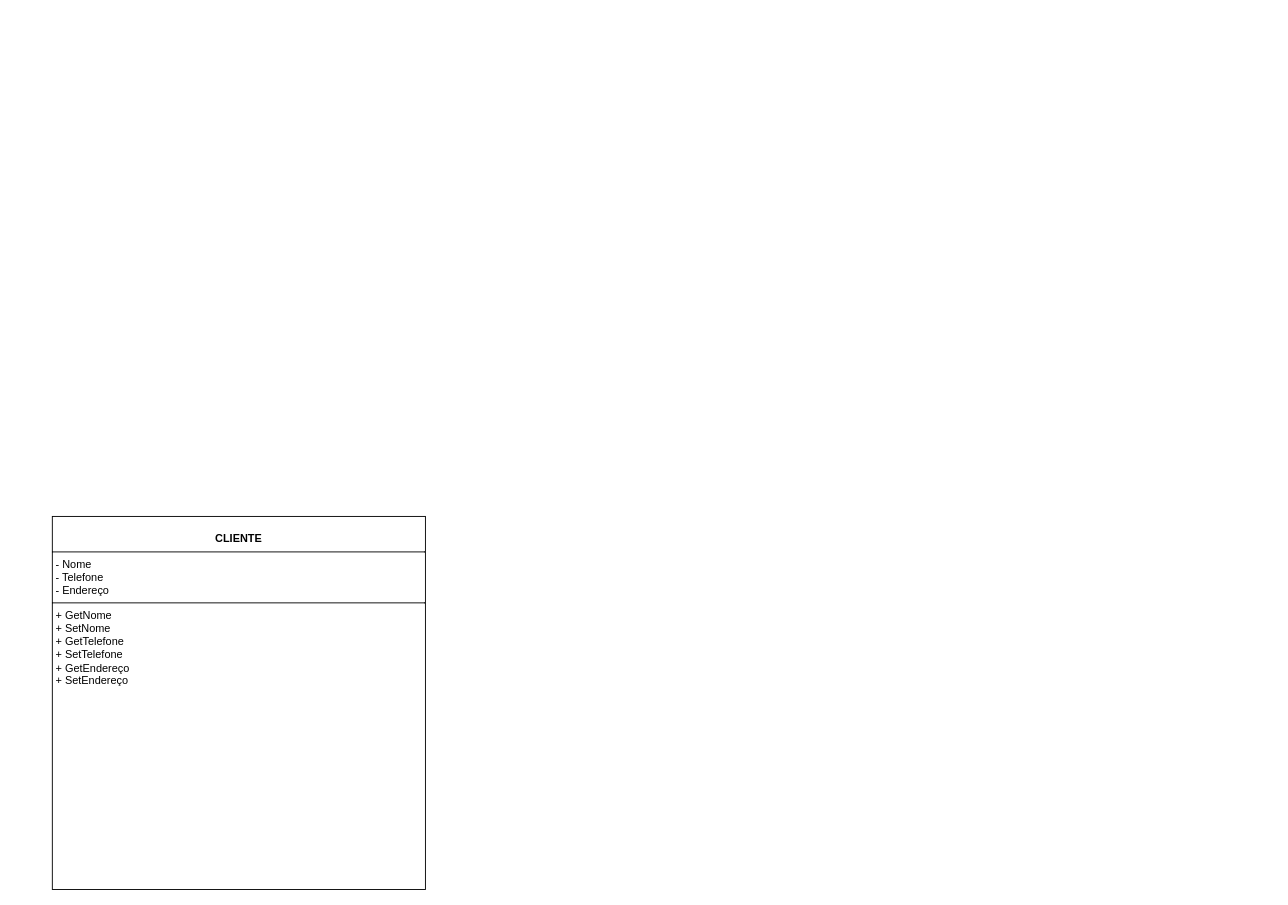
Earlier version of the draw.io diagram page "Página-1" (1 of 2) of DOC/classes.drawio (juliareis14/avatar.app). Source tidied: cells renumbered, new cells numbered last; positions are measured from the earlier drawing's top-left corner, leaving out a move shared by most shapes. Both pictures are drawn from the tidied source at 91%, with x=0, y=0 at pixel (52, 516).
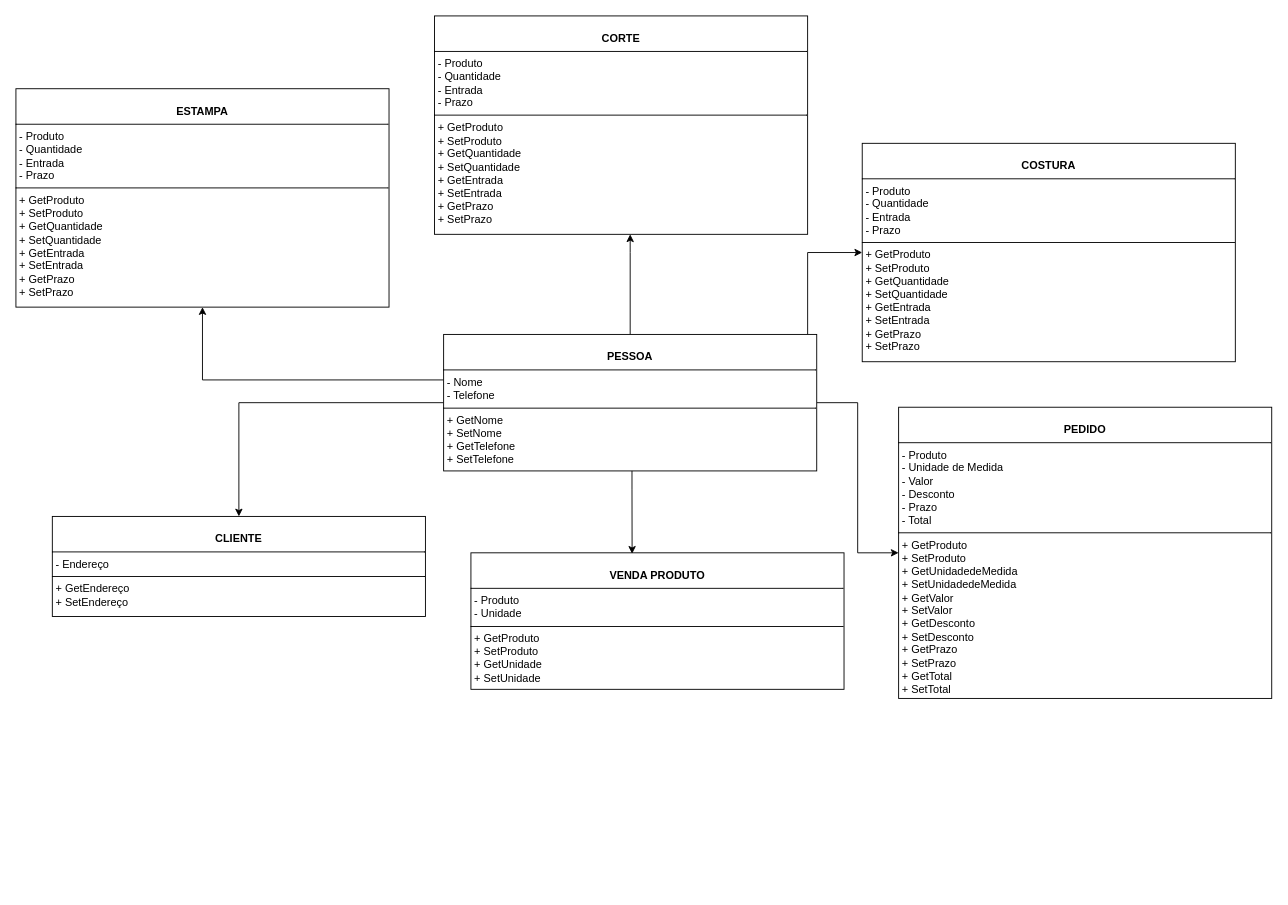
After the change.

What changed in the source:
```diff
@@
-    <mxCell id="2" value="&lt;p style=&quot;margin:0px;margin-top:4px;text-align:center;&quot;&gt;&lt;br&gt;&lt;b&gt;CLIENTE&lt;/b&gt;&lt;/p&gt;&lt;hr size=&quot;1&quot; style=&quot;border-style:solid;&quot;&gt;&lt;p style=&quot;margin:0px;margin-left:4px;&quot;&gt;- Nome&lt;br&gt;- Telefone&lt;/p&gt;&lt;p style=&quot;margin:0px;margin-left:4px;&quot;&gt;- Endereço&lt;/p&gt;&lt;hr size=&quot;1&quot; style=&quot;border-style:solid;&quot;&gt;&lt;p style=&quot;margin:0px;margin-left:4px;&quot;&gt;+ GetNome&lt;br&gt;+ SetNome&lt;/p&gt;&lt;p style=&quot;margin:0px;margin-left:4px;&quot;&gt;+ GetTelefone&lt;/p&gt;&lt;p style=&quot;margin:0px;margin-left:4px;&quot;&gt;+ SetTelefone&lt;/p&gt;&lt;p style=&quot;margin:0px;margin-left:4px;&quot;&gt;+ GetEndereço&lt;/p&gt;&lt;p style=&quot;margin:0px;margin-left:4px;&quot;&gt;+ SetEndereço&lt;/p&gt;&lt;p style=&quot;margin:0px;margin-left:4px;&quot;&gt;&lt;br&gt;&lt;/p&gt;&lt;p style=&quot;margin:0px;margin-left:4px;&quot;&gt;&lt;br&gt;&lt;/p&gt;" style="verticalAlign=top;align=left;overflow=fill;html=1;whiteSpace=wrap;" parent="1" vertex="1">
-      <mxGeometry width="410" height="410" as="geometry" />
+    <mxCell id="2" value="&lt;p style=&quot;margin:0px;margin-top:4px;text-align:center;&quot;&gt;&lt;br&gt;&lt;b&gt;CLIENTE&lt;/b&gt;&lt;/p&gt;&lt;hr size=&quot;1&quot; style=&quot;border-style:solid;&quot;&gt;&lt;p style=&quot;margin:0px;margin-left:4px;&quot;&gt;&lt;span style=&quot;background-color: initial;&quot;&gt;- Endereço&lt;/span&gt;&lt;br&gt;&lt;/p&gt;&lt;hr size=&quot;1&quot; style=&quot;border-style:solid;&quot;&gt;&lt;p style=&quot;margin:0px;margin-left:4px;&quot;&gt;&lt;span style=&quot;background-color: initial;&quot;&gt;+ GetEndereço&lt;/span&gt;&lt;br&gt;&lt;/p&gt;&lt;p style=&quot;margin:0px;margin-left:4px;&quot;&gt;+ SetEndereço&lt;/p&gt;&lt;p style=&quot;margin:0px;margin-left:4px;&quot;&gt;&lt;br&gt;&lt;/p&gt;&lt;p style=&quot;margin:0px;margin-left:4px;&quot;&gt;&lt;br&gt;&lt;/p&gt;" style="verticalAlign=top;align=left;overflow=fill;html=1;whiteSpace=wrap;" parent="1" vertex="1">
+      <mxGeometry width="410" height="110" as="geometry" />
     </mxCell>
+    <mxCell id="3" style="edgeStyle=orthogonalEdgeStyle;rounded=0;jettySize=auto;html=1;exitX=0;exitY=0.5;exitDx=0;exitDy=0;" parent="1" edge="1" source="8" target="2">
+      <mxGeometry relative="1" as="geometry" />
+    </mxCell>
+    <mxCell id="4" style="edgeStyle=orthogonalEdgeStyle;rounded=0;jettySize=auto;html=1;" parent="1" edge="1" source="8" target="9">
+      <mxGeometry relative="1" as="geometry" />
+    </mxCell>
+    <mxCell id="5" style="edgeStyle=orthogonalEdgeStyle;rounded=0;jettySize=auto;html=1;entryX=0;entryY=0.5;entryDx=0;entryDy=0;" parent="1" edge="1" source="8" target="11">
+      <mxGeometry relative="1" as="geometry">
+        <Array as="points">
+          <mxPoint x="830" y="-290" />
+        </Array>
+      </mxGeometry>
+    </mxCell>
+    <mxCell id="6" style="edgeStyle=orthogonalEdgeStyle;rounded=0;jettySize=auto;html=1;" parent="1" edge="1" source="8" target="12">
+      <mxGeometry relative="1" as="geometry">
+        <Array as="points">
+          <mxPoint x="635" y="-290" />
+          <mxPoint x="635" y="-290" />
+        </Array>
+      </mxGeometry>
+    </mxCell>
+    <mxCell id="7" style="edgeStyle=orthogonalEdgeStyle;rounded=0;jettySize=auto;html=1;entryX=0.5;entryY=1;entryDx=0;entryDy=0;" parent="1" edge="1" source="8" target="13">
+      <mxGeometry relative="1" as="geometry">
+        <Array as="points">
+          <mxPoint x="165" y="-150" />
+        </Array>
+      </mxGeometry>
+    </mxCell>
+    <mxCell id="8" value="&lt;p style=&quot;margin:0px;margin-top:4px;text-align:center;&quot;&gt;&lt;br&gt;&lt;b&gt;PESSOA&lt;/b&gt;&lt;/p&gt;&lt;hr size=&quot;1&quot; style=&quot;border-style:solid;&quot;&gt;&lt;p style=&quot;margin:0px;margin-left:4px;&quot;&gt;- Nome&lt;br&gt;- Telefone&lt;/p&gt;&lt;hr size=&quot;1&quot; style=&quot;border-style:solid;&quot;&gt;&lt;p style=&quot;margin:0px;margin-left:4px;&quot;&gt;+ GetNome&lt;br&gt;+ SetNome&lt;/p&gt;&lt;p style=&quot;margin:0px;margin-left:4px;&quot;&gt;+ GetTelefone&lt;/p&gt;&lt;p style=&quot;margin:0px;margin-left:4px;&quot;&gt;+ SetTelefone&lt;/p&gt;&lt;p style=&quot;margin:0px;margin-left:4px;&quot;&gt;&lt;br&gt;&lt;/p&gt;&lt;p style=&quot;margin:0px;margin-left:4px;&quot;&gt;&lt;br&gt;&lt;/p&gt;" style="verticalAlign=top;align=left;overflow=fill;html=1;whiteSpace=wrap;" parent="1" vertex="1">
+      <mxGeometry x="430" y="-200" width="410" height="150" as="geometry" />
+    </mxCell>
+    <mxCell id="9" value="&lt;p style=&quot;margin:0px;margin-top:4px;text-align:center;&quot;&gt;&lt;br&gt;&lt;b&gt;PEDIDO&lt;/b&gt;&lt;/p&gt;&lt;hr size=&quot;1&quot; style=&quot;border-style:solid;&quot;&gt;&lt;p style=&quot;margin:0px;margin-left:4px;&quot;&gt;- Produto&lt;/p&gt;&lt;p style=&quot;margin:0px;margin-left:4px;&quot;&gt;- Unidade de Medida&lt;/p&gt;&lt;p style=&quot;margin:0px;margin-left:4px;&quot;&gt;- Valor&lt;/p&gt;&lt;p style=&quot;margin:0px;margin-left:4px;&quot;&gt;- Desconto&lt;/p&gt;&lt;p style=&quot;margin:0px;margin-left:4px;&quot;&gt;- Prazo&lt;/p&gt;&lt;p style=&quot;margin:0px;margin-left:4px;&quot;&gt;- Total&lt;/p&gt;&lt;hr size=&quot;1&quot; style=&quot;border-style:solid;&quot;&gt;&lt;p style=&quot;margin:0px;margin-left:4px;&quot;&gt;&lt;span style=&quot;background-color: initial;&quot;&gt;+ GetProduto&lt;/span&gt;&lt;br&gt;&lt;/p&gt;&lt;p style=&quot;margin:0px;margin-left:4px;&quot;&gt;+ SetProduto&lt;/p&gt;&lt;p style=&quot;margin:0px;margin-left:4px;&quot;&gt;+ GetUnidadedeMedida&lt;/p&gt;&lt;p style=&quot;margin:0px;margin-left:4px;&quot;&gt;+ SetUnidadedeMedida&lt;/p&gt;&lt;p style=&quot;margin:0px;margin-left:4px;&quot;&gt;&lt;span style=&quot;background-color: initial;&quot;&gt;+ GetValor&lt;/span&gt;&lt;/p&gt;&lt;p style=&quot;margin:0px;margin-left:4px;&quot;&gt;&lt;span style=&quot;background-color: initial;&quot;&gt;+ SetValor&lt;/span&gt;&lt;/p&gt;&lt;p style=&quot;margin:0px;margin-left:4px;&quot;&gt;&lt;span style=&quot;background-color: initial;&quot;&gt;+ GetDesconto&lt;/span&gt;&lt;/p&gt;&lt;p style=&quot;margin:0px;margin-left:4px;&quot;&gt;&lt;span style=&quot;background-color: initial;&quot;&gt;+ SetDesconto&lt;/span&gt;&lt;/p&gt;&lt;p style=&quot;margin:0px;margin-left:4px;&quot;&gt;&lt;span style=&quot;background-color: initial;&quot;&gt;+ GetPrazo&lt;/span&gt;&lt;/p&gt;&lt;p style=&quot;margin:0px;margin-left:4px;&quot;&gt;&lt;span style=&quot;background-color: initial;&quot;&gt;+ SetPrazo&lt;/span&gt;&lt;br&gt;&lt;/p&gt;&lt;p style=&quot;margin:0px;margin-left:4px;&quot;&gt;&lt;span style=&quot;background-color: initial;&quot;&gt;+ GetTotal&lt;/span&gt;&lt;/p&gt;&lt;p style=&quot;margin:0px;margin-left:4px;&quot;&gt;&lt;span style=&quot;background-color: initial;&quot;&gt;+ SetTotal&lt;/span&gt;&lt;/p&gt;" style="verticalAlign=top;align=left;overflow=fill;html=1;whiteSpace=wrap;" parent="1" vertex="1">
+      <mxGeometry x="930" y="-120" width="410" height="320" as="geometry" />
+    </mxCell>
+    <mxCell id="10" value="&lt;p style=&quot;margin:0px;margin-top:4px;text-align:center;&quot;&gt;&lt;br&gt;&lt;b&gt;VENDA PRODUTO&lt;/b&gt;&lt;/p&gt;&lt;hr size=&quot;1&quot; style=&quot;border-style:solid;&quot;&gt;&lt;p style=&quot;margin:0px;margin-left:4px;&quot;&gt;- Produto&lt;br&gt;- Unidade&lt;/p&gt;&lt;hr size=&quot;1&quot; style=&quot;border-style:solid;&quot;&gt;&lt;p style=&quot;margin:0px;margin-left:4px;&quot;&gt;+ GetProduto&lt;br&gt;+ SetProduto&lt;/p&gt;&lt;p style=&quot;margin:0px;margin-left:4px;&quot;&gt;+ GetUnidade&lt;/p&gt;&lt;p style=&quot;margin:0px;margin-left:4px;&quot;&gt;+ SetUnidade&lt;/p&gt;&lt;p style=&quot;margin:0px;margin-left:4px;&quot;&gt;&lt;br&gt;&lt;/p&gt;&lt;p style=&quot;margin:0px;margin-left:4px;&quot;&gt;&lt;br&gt;&lt;/p&gt;" style="verticalAlign=top;align=left;overflow=fill;html=1;whiteSpace=wrap;" parent="1" vertex="1">
+      <mxGeometry x="460" y="40" width="410" height="150" as="geometry" />
+    </mxCell>
+    <mxCell id="11" value="&lt;p style=&quot;margin:0px;margin-top:4px;text-align:center;&quot;&gt;&lt;br&gt;&lt;b&gt;COSTURA&lt;/b&gt;&lt;/p&gt;&lt;hr size=&quot;1&quot; style=&quot;border-style:solid;&quot;&gt;&lt;p style=&quot;margin:0px;margin-left:4px;&quot;&gt;- Produto&lt;/p&gt;&lt;p style=&quot;margin:0px;margin-left:4px;&quot;&gt;- Quantidade&lt;/p&gt;&lt;p style=&quot;margin:0px;margin-left:4px;&quot;&gt;- Entrada&lt;/p&gt;&lt;p style=&quot;margin:0px;margin-left:4px;&quot;&gt;- Prazo&lt;/p&gt;&lt;hr size=&quot;1&quot; style=&quot;border-style:solid;&quot;&gt;&lt;p style=&quot;margin:0px;margin-left:4px;&quot;&gt;&lt;span style=&quot;background-color: initial;&quot;&gt;+ GetProduto&lt;/span&gt;&lt;br&gt;&lt;/p&gt;&lt;p style=&quot;margin:0px;margin-left:4px;&quot;&gt;+ SetProduto&lt;/p&gt;&lt;p style=&quot;margin:0px;margin-left:4px;&quot;&gt;+ Get&lt;span style=&quot;background-color: initial;&quot;&gt;Quantidade&lt;/span&gt;&lt;/p&gt;&lt;p style=&quot;margin:0px;margin-left:4px;&quot;&gt;+ Set&lt;span style=&quot;background-color: initial;&quot;&gt;Quantidade&lt;/span&gt;&lt;/p&gt;&lt;p style=&quot;margin:0px;margin-left:4px;&quot;&gt;&lt;span style=&quot;background-color: initial;&quot;&gt;+ Get&lt;/span&gt;&lt;span style=&quot;background-color: initial;&quot;&gt;Entrada&lt;/span&gt;&lt;/p&gt;&lt;p style=&quot;margin:0px;margin-left:4px;&quot;&gt;&lt;span style=&quot;background-color: initial;&quot;&gt;+ Set&lt;/span&gt;&lt;span style=&quot;background-color: initial;&quot;&gt;Entrada&lt;/span&gt;&lt;/p&gt;&lt;p style=&quot;margin:0px;margin-left:4px;&quot;&gt;&lt;span style=&quot;background-color: initial;&quot;&gt;+ Get&lt;/span&gt;&lt;span style=&quot;background-color: initial;&quot;&gt;Prazo&lt;/span&gt;&lt;/p&gt;&lt;p style=&quot;margin:0px;margin-left:4px;&quot;&gt;&lt;span style=&quot;background-color: initial;&quot;&gt;+ Set&lt;/span&gt;&lt;span style=&quot;background-color: initial;&quot;&gt;Prazo&lt;/span&gt;&lt;/p&gt;" style="verticalAlign=top;align=left;overflow=fill;html=1;whiteSpace=wrap;" parent="1" vertex="1">
+      <mxGeometry x="890" y="-410" width="410" height="240" as="geometry" />
+    </mxCell>
+    <mxCell id="12" value="&lt;p style=&quot;margin:0px;margin-top:4px;text-align:center;&quot;&gt;&lt;br&gt;&lt;b&gt;CORTE&lt;/b&gt;&lt;/p&gt;&lt;hr size=&quot;1&quot; style=&quot;border-style:solid;&quot;&gt;&lt;p style=&quot;margin:0px;margin-left:4px;&quot;&gt;- Produto&lt;/p&gt;&lt;p style=&quot;margin:0px;margin-left:4px;&quot;&gt;- Quantidade&lt;/p&gt;&lt;p style=&quot;margin:0px;margin-left:4px;&quot;&gt;- Entrada&lt;/p&gt;&lt;p style=&quot;margin:0px;margin-left:4px;&quot;&gt;- Prazo&lt;/p&gt;&lt;hr size=&quot;1&quot; style=&quot;border-style:solid;&quot;&gt;&lt;p style=&quot;margin:0px;margin-left:4px;&quot;&gt;&lt;span style=&quot;background-color: initial;&quot;&gt;+ GetProduto&lt;/span&gt;&lt;br&gt;&lt;/p&gt;&lt;p style=&quot;margin:0px;margin-left:4px;&quot;&gt;+ SetProduto&lt;/p&gt;&lt;p style=&quot;margin:0px;margin-left:4px;&quot;&gt;+ Get&lt;span style=&quot;background-color: initial;&quot;&gt;Quantidade&lt;/span&gt;&lt;/p&gt;&lt;p style=&quot;margin:0px;margin-left:4px;&quot;&gt;+ Set&lt;span style=&quot;background-color: initial;&quot;&gt;Quantidade&lt;/span&gt;&lt;/p&gt;&lt;p style=&quot;margin:0px;margin-left:4px;&quot;&gt;&lt;span style=&quot;background-color: initial;&quot;&gt;+ Get&lt;/span&gt;&lt;span style=&quot;background-color: initial;&quot;&gt;Entrada&lt;/span&gt;&lt;/p&gt;&lt;p style=&quot;margin:0px;margin-left:4px;&quot;&gt;&lt;span style=&quot;background-color: initial;&quot;&gt;+ Set&lt;/span&gt;&lt;span style=&quot;background-color: initial;&quot;&gt;Entrada&lt;/span&gt;&lt;/p&gt;&lt;p style=&quot;margin:0px;margin-left:4px;&quot;&gt;&lt;span style=&quot;background-color: initial;&quot;&gt;+ Get&lt;/span&gt;&lt;span style=&quot;background-color: initial;&quot;&gt;Prazo&lt;/span&gt;&lt;/p&gt;&lt;p style=&quot;margin:0px;margin-left:4px;&quot;&gt;&lt;span style=&quot;background-color: initial;&quot;&gt;+ Set&lt;/span&gt;&lt;span style=&quot;background-color: initial;&quot;&gt;Prazo&lt;/span&gt;&lt;/p&gt;" style="verticalAlign=top;align=left;overflow=fill;html=1;whiteSpace=wrap;" parent="1" vertex="1">
+      <mxGeometry x="420" y="-550" width="410" height="240" as="geometry" />
+    </mxCell>
+    <mxCell id="13" value="&lt;p style=&quot;margin:0px;margin-top:4px;text-align:center;&quot;&gt;&lt;br&gt;&lt;b&gt;ESTAMPA&lt;/b&gt;&lt;/p&gt;&lt;hr size=&quot;1&quot; style=&quot;border-style:solid;&quot;&gt;&lt;p style=&quot;margin:0px;margin-left:4px;&quot;&gt;- Produto&lt;/p&gt;&lt;p style=&quot;margin:0px;margin-left:4px;&quot;&gt;- Quantidade&lt;/p&gt;&lt;p style=&quot;margin:0px;margin-left:4px;&quot;&gt;- Entrada&lt;/p&gt;&lt;p style=&quot;margin:0px;margin-left:4px;&quot;&gt;- Prazo&lt;/p&gt;&lt;hr size=&quot;1&quot; style=&quot;border-style:solid;&quot;&gt;&lt;p style=&quot;margin:0px;margin-left:4px;&quot;&gt;&lt;span style=&quot;background-color: initial;&quot;&gt;+ GetProduto&lt;/span&gt;&lt;br&gt;&lt;/p&gt;&lt;p style=&quot;margin:0px;margin-left:4px;&quot;&gt;+ SetProduto&lt;/p&gt;&lt;p style=&quot;margin:0px;margin-left:4px;&quot;&gt;+ Get&lt;span style=&quot;background-color: initial;&quot;&gt;Quantidade&lt;/span&gt;&lt;/p&gt;&lt;p style=&quot;margin:0px;margin-left:4px;&quot;&gt;+ Set&lt;span style=&quot;background-color: initial;&quot;&gt;Quantidade&lt;/span&gt;&lt;/p&gt;&lt;p style=&quot;margin:0px;margin-left:4px;&quot;&gt;&lt;span style=&quot;background-color: initial;&quot;&gt;+ Get&lt;/span&gt;&lt;span style=&quot;background-color: initial;&quot;&gt;Entrada&lt;/span&gt;&lt;/p&gt;&lt;p style=&quot;margin:0px;margin-left:4px;&quot;&gt;&lt;span style=&quot;background-color: initial;&quot;&gt;+ Set&lt;/span&gt;&lt;span style=&quot;background-color: initial;&quot;&gt;Entrada&lt;/span&gt;&lt;/p&gt;&lt;p style=&quot;margin:0px;margin-left:4px;&quot;&gt;&lt;span style=&quot;background-color: initial;&quot;&gt;+ Get&lt;/span&gt;&lt;span style=&quot;background-color: initial;&quot;&gt;Prazo&lt;/span&gt;&lt;/p&gt;&lt;p style=&quot;margin:0px;margin-left:4px;&quot;&gt;&lt;span style=&quot;background-color: initial;&quot;&gt;+ Set&lt;/span&gt;&lt;span style=&quot;background-color: initial;&quot;&gt;Prazo&lt;/span&gt;&lt;/p&gt;" style="verticalAlign=top;align=left;overflow=fill;html=1;whiteSpace=wrap;" parent="1" vertex="1">
+      <mxGeometry x="-40" y="-470" width="410" height="240" as="geometry" />
+    </mxCell>
+    <mxCell id="14" style="edgeStyle=orthogonalEdgeStyle;rounded=0;jettySize=auto;html=1;entryX=0.432;entryY=0.007;entryDx=0;entryDy=0;entryPerimeter=0;" parent="1" edge="1" source="8" target="10">
+      <mxGeometry relative="1" as="geometry">
+        <Array as="points">
+          <mxPoint x="637" y="-30" />
+          <mxPoint x="637" y="-30" />
+        </Array>
+      </mxGeometry>
+    </mxCell>
```
